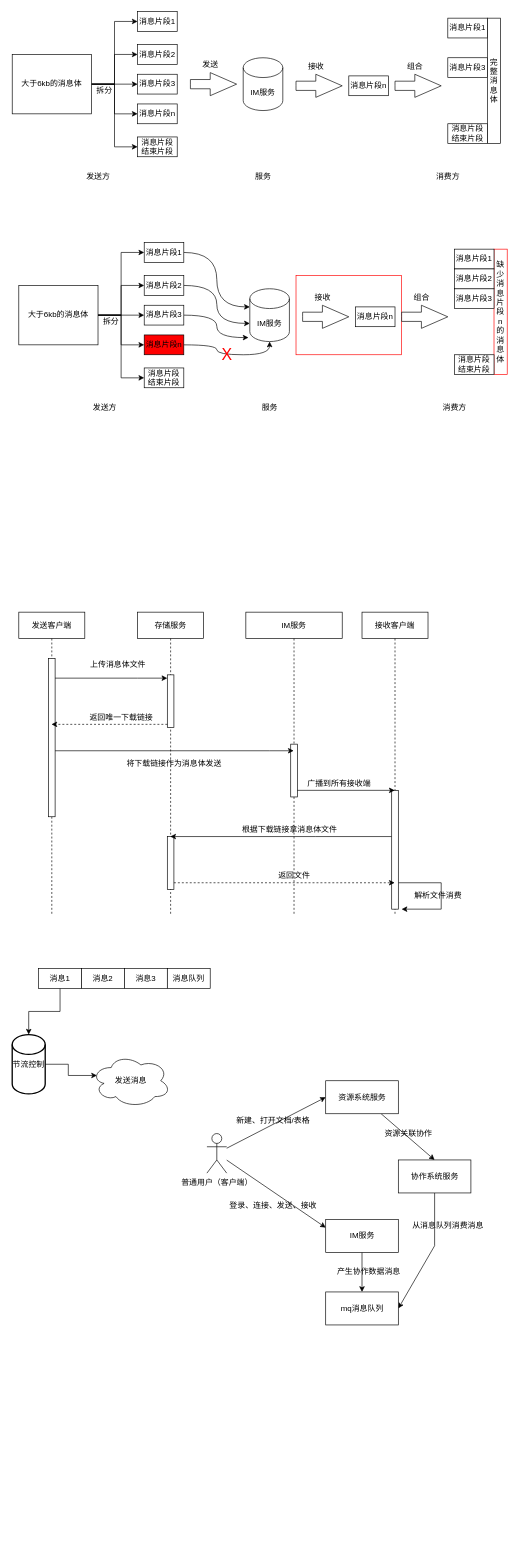
This is Untitled Diagram.drawio from kkgg123/ROOT, a draw.io file, before an edit. Source tidied: cells renumbered, new cells numbered last; positions are measured from the earlier drawing's top-left corner, leaving out a move shared by most shapes. Both pictures are drawn from the tidied source at 66%, with x=0, y=0 at pixel (12, 11).
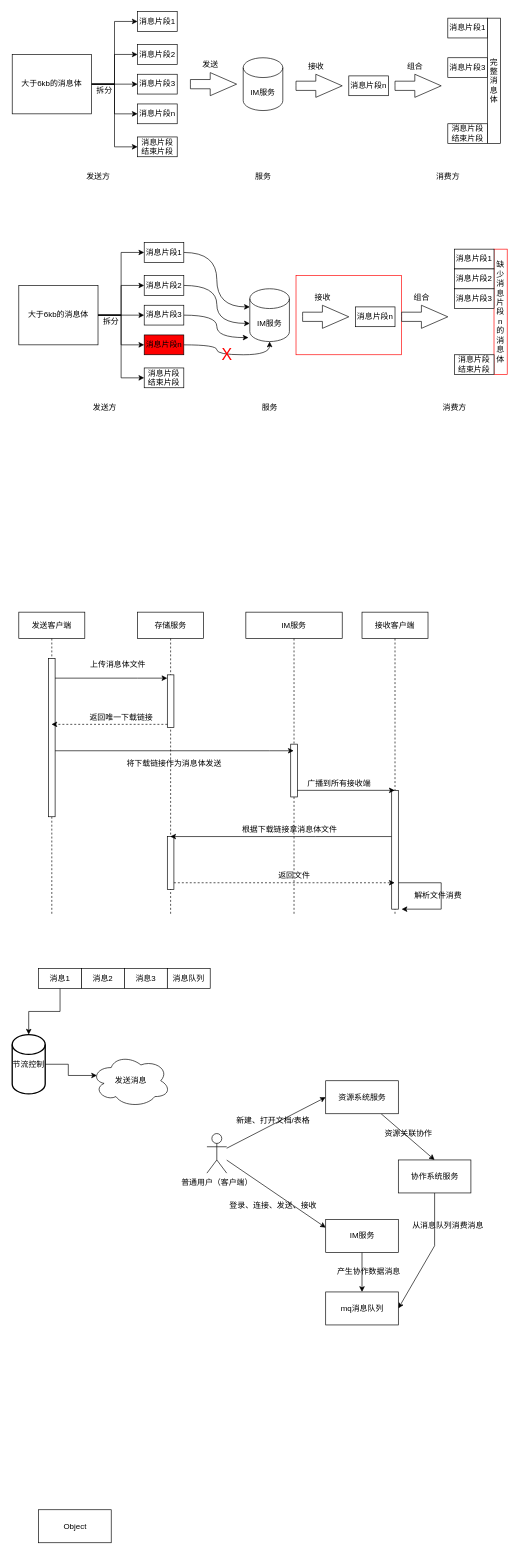
After the change.

Change to the diagram source:
```diff
@@
+    <mxCell id="108" value="Object" style="html=1;strokeColor=#000000;fillColor=#FFFFFF;" parent="1" vertex="1">
+      <mxGeometry x="40" y="2270" width="110" height="50" as="geometry" />
+    </mxCell>
```
